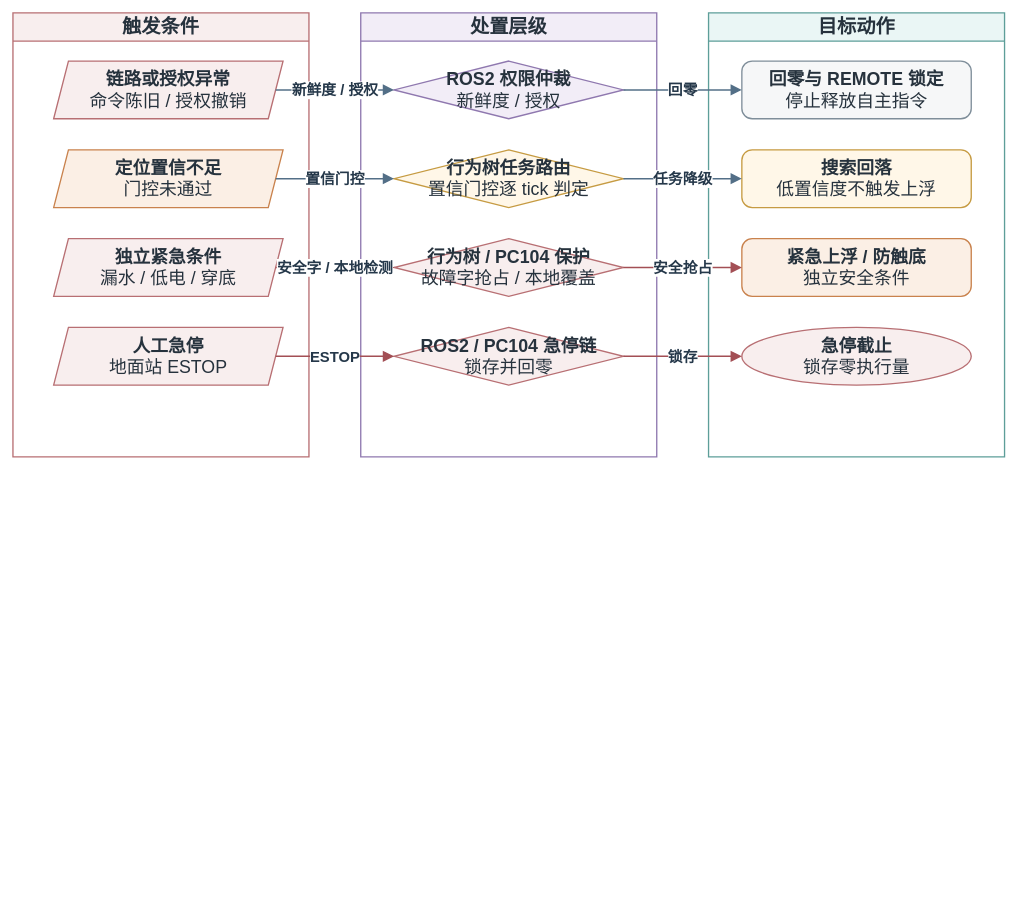
This is docs/thesis/figures/architecture/auv_v2_emergency_transition.drawio from 360ZMEM/AUV-Master-Project, a draw.io file, before an edit. Source tidied: cells renumbered, new cells numbered last; positions are measured from the earlier drawing's top-left corner, leaving out a move shared by most shapes. Both pictures are drawn from the tidied source at 74%, with x=0, y=0 at pixel (13, 13).
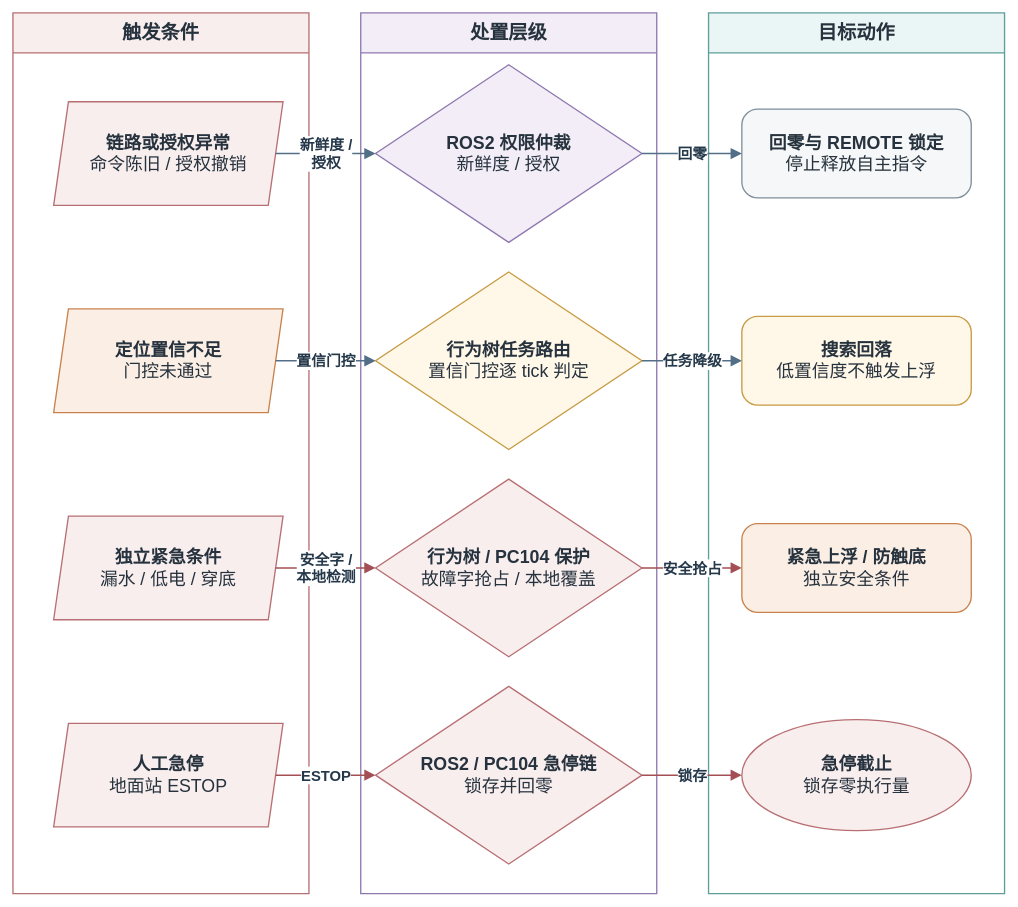
The same diagram, later.

Diff of the diagram source:
```diff
@@
-    <mxCell id="2" value="触发条件" style="swimlane;whiteSpace=wrap;html=1;startSize=38;rounded=0;fillColor=#F8EEEE;strokeColor=#B86F73;strokeWidth=1.8;fontFamily=Songti SC;fontSize=26;fontStyle=1;fontColor=#26323D;" parent="1" vertex="1">
-      <mxGeometry width="400" height="600" as="geometry" />
+    <mxCell id="2" value="触发条件" style="swimlane;whiteSpace=wrap;html=1;startSize=54;rounded=0;fillColor=#F8EEEE;strokeColor=#B86F73;strokeWidth=1.8;fontFamily=Songti SC;fontSize=26;fontStyle=1;fontColor=#26323D;" parent="1" vertex="1">
+      <mxGeometry width="400" height="1190" as="geometry" />
     </mxCell>
-    <mxCell id="3" value="处置层级" style="swimlane;whiteSpace=wrap;html=1;startSize=38;rounded=0;fillColor=#F2EDF7;strokeColor=#8F78AF;strokeWidth=1.8;fontFamily=Songti SC;fontSize=26;fontStyle=1;fontColor=#26323D;" parent="1" vertex="1">
-      <mxGeometry x="470" width="400" height="600" as="geometry" />
+    <mxCell id="3" value="处置层级" style="swimlane;whiteSpace=wrap;html=1;startSize=54;rounded=0;fillColor=#F2EDF7;strokeColor=#8F78AF;strokeWidth=1.8;fontFamily=Songti SC;fontSize=26;fontStyle=1;fontColor=#26323D;" parent="1" vertex="1">
+      <mxGeometry x="470" width="400" height="1190" as="geometry" />
     </mxCell>
-    <mxCell id="4" value="目标动作" style="swimlane;whiteSpace=wrap;html=1;startSize=38;rounded=0;fillColor=#EAF6F5;strokeColor=#5D9E99;strokeWidth=1.8;fontFamily=Songti SC;fontSize=26;fontStyle=1;fontColor=#26323D;" parent="1" vertex="1">
-      <mxGeometry x="940" width="400" height="600" as="geometry" />
+    <mxCell id="4" value="目标动作" style="swimlane;whiteSpace=wrap;html=1;startSize=54;rounded=0;fillColor=#EAF6F5;strokeColor=#5D9E99;strokeWidth=1.8;fontFamily=Songti SC;fontSize=26;fontStyle=1;fontColor=#26323D;" parent="1" vertex="1">
+      <mxGeometry x="940" width="400" height="1190" as="geometry" />
     </mxCell>
     <mxCell id="5" value="&lt;b&gt;链路或授权异常&lt;/b&gt;&lt;br&gt;命令陈旧 / 授权撤销" style="shape=parallelogram;perimeter=parallelogramPerimeter;fixedSize=1;whiteSpace=wrap;html=1;align=center;verticalAlign=middle;fillColor=#F8EEEE;strokeColor=#B86F73;strokeWidth=1.8;spacing=8;fontFamily=Songti SC;fontSize=24;fontColor=#26323D;" parent="2" vertex="1">
-      <mxGeometry x="55" y="65" width="310" height="78" as="geometry" />
+      <mxGeometry x="55" y="120" width="310" height="140" as="geometry" />
     </mxCell>
     <mxCell id="6" value="&lt;b&gt;定位置信不足&lt;/b&gt;&lt;br&gt;门控未通过" style="shape=parallelogram;perimeter=parallelogramPerimeter;fixedSize=1;whiteSpace=wrap;html=1;align=center;verticalAlign=middle;fillColor=#FBEFE5;strokeColor=#C9824D;strokeWidth=1.8;spacing=8;fontFamily=Songti SC;fontSize=24;fontColor=#26323D;" parent="2" vertex="1">
-      <mxGeometry x="55" y="185" width="310" height="78" as="geometry" />
+      <mxGeometry x="55" y="400" width="310" height="140" as="geometry" />
     </mxCell>
     <mxCell id="7" value="&lt;b&gt;独立紧急条件&lt;/b&gt;&lt;br&gt;漏水 / 低电 / 穿底" style="shape=parallelogram;perimeter=parallelogramPerimeter;fixedSize=1;whiteSpace=wrap;html=1;align=center;verticalAlign=middle;fillColor=#F8EEEE;strokeColor=#B86F73;strokeWidth=1.8;spacing=8;fontFamily=Songti SC;fontSize=24;fontColor=#26323D;" parent="2" vertex="1">
-      <mxGeometry x="55" y="305" width="310" height="78" as="geometry" />
+      <mxGeometry x="55" y="680" width="310" height="140" as="geometry" />
     </mxCell>
     <mxCell id="8" value="&lt;b&gt;人工急停&lt;/b&gt;&lt;br&gt;地面站 ESTOP" style="shape=parallelogram;perimeter=parallelogramPerimeter;fixedSize=1;whiteSpace=wrap;html=1;align=center;verticalAlign=middle;fillColor=#F8EEEE;strokeColor=#B86F73;strokeWidth=1.8;spacing=8;fontFamily=Songti SC;fontSize=24;fontColor=#26323D;" parent="2" vertex="1">
-      <mxGeometry x="55" y="425" width="310" height="78" as="geometry" />
+      <mxGeometry x="55" y="960" width="310" height="140" as="geometry" />
     </mxCell>
     <mxCell id="9" value="&lt;b&gt;ROS2 权限仲裁&lt;/b&gt;&lt;br&gt;新鲜度 / 授权" style="rhombus;whiteSpace=wrap;html=1;align=center;verticalAlign=middle;fillColor=#F2EDF7;strokeColor=#8F78AF;strokeWidth=1.8;spacing=8;fontFamily=Songti SC;fontSize=24;fontColor=#26323D;" parent="3" vertex="1">
-      <mxGeometry x="45" y="65" width="310" height="78" as="geometry" />
+      <mxGeometry x="20" y="70" width="360" height="240" as="geometry" />
     </mxCell>
     <mxCell id="10" value="&lt;b&gt;行为树任务路由&lt;/b&gt;&lt;br&gt;置信门控逐 tick 判定" style="rhombus;whiteSpace=wrap;html=1;align=center;verticalAlign=middle;fillColor=#FFF7E8;strokeColor=#C69B42;strokeWidth=1.8;spacing=8;fontFamily=Songti SC;fontSize=24;fontColor=#26323D;" parent="3" vertex="1">
-      <mxGeometry x="45" y="185" width="310" height="78" as="geometry" />
+      <mxGeometry x="20" y="350" width="360" height="240" as="geometry" />
     </mxCell>
     <mxCell id="11" value="&lt;b&gt;行为树 / PC104 保护&lt;/b&gt;&lt;br&gt;故障字抢占 / 本地覆盖" style="rhombus;whiteSpace=wrap;html=1;align=center;verticalAlign=middle;fillColor=#F8EEEE;strokeColor=#B86F73;strokeWidth=1.8;spacing=8;fontFamily=Songti SC;fontSize=24;fontColor=#26323D;" parent="3" vertex="1">
-      <mxGeometry x="45" y="305" width="310" height="78" as="geometry" />
+      <mxGeometry x="20" y="630" width="360" height="240" as="geometry" />
     </mxCell>
     <mxCell id="12" value="&lt;b&gt;ROS2 / PC104 急停链&lt;/b&gt;&lt;br&gt;锁存并回零" style="rhombus;whiteSpace=wrap;html=1;align=center;verticalAlign=middle;fillColor=#F8EEEE;strokeColor=#B86F73;strokeWidth=1.8;spacing=8;fontFamily=Songti SC;fontSize=24;fontColor=#26323D;" parent="3" vertex="1">
-      <mxGeometry x="45" y="425" width="310" height="78" as="geometry" />
+      <mxGeometry x="20" y="910" width="360" height="240" as="geometry" />
     </mxCell>
     <mxCell id="13" value="&lt;b&gt;回零与 REMOTE 锁定&lt;/b&gt;&lt;br&gt;停止释放自主指令" style="rounded=1;arcSize=18;whiteSpace=wrap;html=1;align=center;verticalAlign=middle;fillColor=#F6F7F8;strokeColor=#7F8E9A;strokeWidth=1.8;spacing=8;fontFamily=Songti SC;fontSize=24;fontColor=#26323D;" parent="4" vertex="1">
-      <mxGeometry x="45" y="65" width="310" height="78" as="geometry" />
+      <mxGeometry x="45" y="130" width="310" height="120" as="geometry" />
     </mxCell>
     <mxCell id="14" value="&lt;b&gt;搜索回落&lt;/b&gt;&lt;br&gt;低置信度不触发上浮" style="rounded=1;arcSize=18;whiteSpace=wrap;html=1;align=center;verticalAlign=middle;fillColor=#FFF7E8;strokeColor=#C69B42;strokeWidth=1.8;spacing=8;fontFamily=Songti SC;fontSize=24;fontColor=#26323D;" parent="4" vertex="1">
-      <mxGeometry x="45" y="185" width="310" height="78" as="geometry" />
+      <mxGeometry x="45" y="410" width="310" height="120" as="geometry" />
     </mxCell>
     <mxCell id="15" value="&lt;b&gt;紧急上浮 / 防触底&lt;/b&gt;&lt;br&gt;独立安全条件" style="rounded=1;arcSize=18;whiteSpace=wrap;html=1;align=center;verticalAlign=middle;fillColor=#FBEFE5;strokeColor=#C9824D;strokeWidth=1.8;spacing=8;fontFamily=Songti SC;fontSize=24;fontColor=#26323D;" parent="4" vertex="1">
-      <mxGeometry x="45" y="305" width="310" height="78" as="geometry" />
+      <mxGeometry x="45" y="690" width="310" height="120" as="geometry" />
     </mxCell>
     <mxCell id="16" value="&lt;b&gt;急停截止&lt;/b&gt;&lt;br&gt;锁存零执行量" style="ellipse;whiteSpace=wrap;html=1;align=center;verticalAlign=middle;fillColor=#F8EEEE;strokeColor=#B86F73;strokeWidth=1.8;spacing=8;fontFamily=Songti SC;fontSize=24;fontColor=#26323D;" parent="4" vertex="1">
-      <mxGeometry x="45" y="425" width="310" height="78" as="geometry" />
+      <mxGeometry x="45" y="955" width="310" height="150" as="geometry" />
     </mxCell>
-    <mxCell id="17" value="新鲜度 / 授权" style="edgeStyle=orthogonalEdgeStyle;rounded=1;jettySize=auto;html=1;strokeColor=#536F87;strokeWidth=2.0;fontFamily=Songti SC;fontSize=20;fontStyle=1;fontColor=#25384A;labelBackgroundColor=#FFFFFF;labelBorderColor=none;endArrow=block;endFill=1;endSize=10;exitX=1;entryX=0;" parent="1" edge="1" source="5" target="9">
+    <mxCell id="17" value="新鲜度 /&lt;br&gt;授权" style="edgeStyle=orthogonalEdgeStyle;rounded=1;jettySize=auto;html=1;strokeColor=#536F87;strokeWidth=2.0;fontFamily=Songti SC;fontSize=20;fontStyle=1;fontColor=#25384A;labelBackgroundColor=#FFFFFF;labelBorderColor=none;endArrow=block;endFill=1;endSize=10;exitX=1;entryX=0;" parent="1" edge="1" source="5" target="9">
       <mxGeometry relative="1" as="geometry" />
     </mxCell>
@@
-    <mxCell id="21" value="安全字 / 本地检测" style="edgeStyle=orthogonalEdgeStyle;rounded=1;jettySize=auto;html=1;strokeColor=#A34F55;strokeWidth=2.0;fontFamily=Songti SC;fontSize=20;fontStyle=1;fontColor=#25384A;labelBackgroundColor=#FFFFFF;labelBorderColor=none;endArrow=block;endFill=1;endSize=10;exitX=1;entryX=0;" parent="1" edge="1" source="7" target="11">
+    <mxCell id="21" value="安全字 /&lt;br&gt;本地检测" style="edgeStyle=orthogonalEdgeStyle;rounded=1;jettySize=auto;html=1;strokeColor=#A34F55;strokeWidth=2.0;fontFamily=Songti SC;fontSize=20;fontStyle=1;fontColor=#25384A;labelBackgroundColor=#FFFFFF;labelBorderColor=none;endArrow=block;endFill=1;endSize=10;exitX=1;entryX=0;" parent="1" edge="1" source="7" target="11">
       <mxGeometry relative="1" as="geometry" />
     </mxCell>
```
